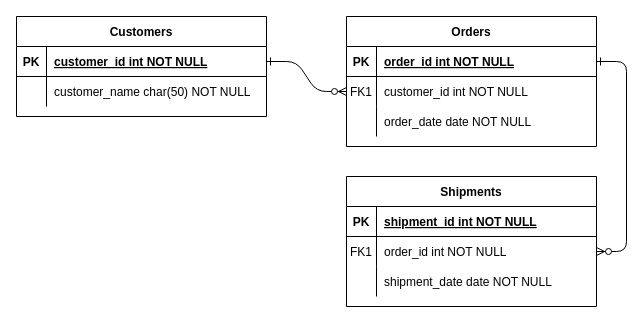
Above: Namnlöst diagram.drawio in Johan711024/PTSEventsApi (draw.io), before the change. Source tidied: cells renumbered, new cells numbered last; positions are measured from the earlier drawing's top-left corner, leaving out a move shared by most shapes. Both pictures are drawn from the tidied source at 100%, with x=0, y=0 at pixel (16, 16).
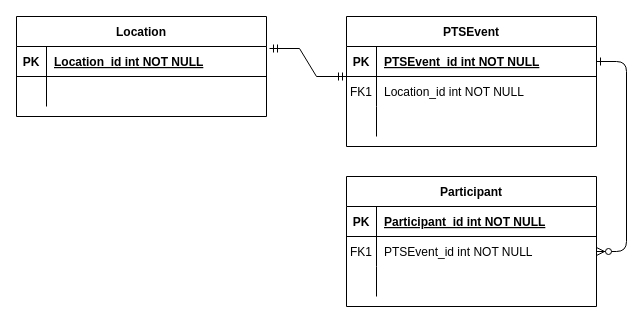
After the change.

The change refers to these unchanged cells:
```xml
<mxCell id="5" style="shape=partialRectangle;fillColor=none;points=[[0,0.5],[1,0.5]];portConstraint=eastwest;top=0;left=0;right=0;bottom=1;" parent="4" vertex="1">
  <mxGeometry y="30" width="250" height="30" as="geometry" />
</mxCell>
<mxCell id="8" style="shape=partialRectangle;fillColor=none;points=[[0,0.5],[1,0.5]];portConstraint=eastwest;top=0;left=0;right=0;bottom=0;" parent="4" vertex="1">
  <mxGeometry y="60" width="250" height="30" as="geometry" />
</mxCell>
<mxCell id="11" style="shape=partialRectangle;fillColor=none;top=0;left=0;right=0;bottom=0;" parent="4" vertex="1">
  <mxGeometry y="90" width="250" height="30" as="geometry" />
</mxCell>
<mxCell id="15" style="shape=partialRectangle;fillColor=none;top=0;left=0;right=0;bottom=1;" parent="14" vertex="1">
  <mxGeometry y="30" width="250" height="30" as="geometry" />
</mxCell>
<mxCell id="18" style="shape=partialRectangle;fillColor=none;points=[[0,0.5],[1,0.5]];portConstraint=eastwest;top=0;left=0;right=0;bottom=0;" parent="14" vertex="1">
  <mxGeometry y="60" width="250" height="30" as="geometry" />
</mxCell>
<mxCell id="21" style="shape=partialRectangle;fillColor=none;top=0;left=0;right=0;bottom=0;" parent="14" vertex="1">
  <mxGeometry y="90" width="250" height="30" as="geometry" />
</mxCell>
<mxCell id="25" style="shape=partialRectangle;fillColor=none;points=[[0,0.5],[1,0.5]];portConstraint=eastwest;top=0;left=0;right=0;bottom=1;" parent="24" vertex="1">
  <mxGeometry y="30" width="250" height="30" as="geometry" />
</mxCell>
<mxCell id="28" style="shape=partialRectangle;fillColor=none;top=0;left=0;right=0;bottom=0;" parent="24" vertex="1">
  <mxGeometry y="60" width="250" height="30" as="geometry" />
</mxCell>
```

What changed in the source:
```diff
@@
-    <mxCell id="2" style="edgeStyle=entityRelationEdgeStyle;endArrow=ERzeroToMany;startArrow=ERone;endFill=1;startFill=0;" parent="1" edge="1" source="25" target="8">
-      <mxGeometry relative="1" as="geometry" />
-    </mxCell>
@@
-    <mxCell id="4" value="Orders" style="shape=table;startSize=30;childLayout=tableLayout;rowLines=0;fontStyle=1;align=center;" parent="1" vertex="1">
+    <mxCell id="4" value="PTSEvent" style="shape=table;startSize=30;childLayout=tableLayout;rowLines=0;fontStyle=1;align=center;" parent="1" vertex="1">
       <mxGeometry x="330" width="250" height="130" as="geometry" />
     </mxCell>
@@
-    <mxCell id="7" value="order_id int NOT NULL " style="shape=partialRectangle;overflow=hidden;fillColor=none;top=0;left=0;bottom=0;right=0;align=left;spacingLeft=6;fontStyle=5;" parent="5" vertex="1">
+    <mxCell id="7" value="PTSEvent_id int NOT NULL " style="shape=partialRectangle;overflow=hidden;fillColor=none;top=0;left=0;bottom=0;right=0;align=left;spacingLeft=6;fontStyle=5;" parent="5" vertex="1">
       <mxGeometry x="30" width="220" height="30" as="geometry" />
     </mxCell>
@@
-    <mxCell id="10" value="customer_id int NOT NULL" style="shape=partialRectangle;overflow=hidden;fillColor=none;top=0;left=0;bottom=0;right=0;align=left;spacingLeft=6;" parent="8" vertex="1">
+    <mxCell id="10" value="Location_id int NOT NULL" style="shape=partialRectangle;overflow=hidden;fillColor=none;top=0;left=0;bottom=0;right=0;align=left;spacingLeft=6;" parent="8" vertex="1">
       <mxGeometry x="30" width="220" height="30" as="geometry" />
     </mxCell>
@@
-    <mxCell id="13" value="order_date date NOT NULL" style="shape=partialRectangle;overflow=hidden;fillColor=none;top=0;left=0;bottom=0;right=0;align=left;spacingLeft=6;" parent="11" vertex="1">
+    <mxCell id="13" style="shape=partialRectangle;overflow=hidden;fillColor=none;top=0;left=0;bottom=0;right=0;align=left;spacingLeft=6;" parent="11" vertex="1">
       <mxGeometry x="30" width="220" height="30" as="geometry" />
     </mxCell>
-    <mxCell id="14" value="Shipments" style="shape=table;startSize=30;childLayout=tableLayout;rowLines=0;fontStyle=1;align=center;" parent="1" vertex="1">
+    <mxCell id="14" value="Participant" style="shape=table;startSize=30;childLayout=tableLayout;rowLines=0;fontStyle=1;align=center;" parent="1" vertex="1">
       <mxGeometry x="330" y="160" width="250" height="130" as="geometry" />
     </mxCell>
@@
-    <mxCell id="17" value="shipment_id int NOT NULL " style="shape=partialRectangle;overflow=hidden;fillColor=none;top=0;left=0;bottom=0;right=0;align=left;spacingLeft=6;fontStyle=5;" parent="15" vertex="1">
+    <mxCell id="17" value="Participant_id int NOT NULL " style="shape=partialRectangle;overflow=hidden;fillColor=none;top=0;left=0;bottom=0;right=0;align=left;spacingLeft=6;fontStyle=5;" parent="15" vertex="1">
       <mxGeometry x="30" width="220" height="30" as="geometry" />
     </mxCell>
@@
-    <mxCell id="20" value="order_id int NOT NULL" style="shape=partialRectangle;overflow=hidden;fillColor=none;top=0;left=0;bottom=0;right=0;align=left;spacingLeft=6;" parent="18" vertex="1">
+    <mxCell id="20" value="PTSEvent_id int NOT NULL" style="shape=partialRectangle;overflow=hidden;fillColor=none;top=0;left=0;bottom=0;right=0;align=left;spacingLeft=6;" parent="18" vertex="1">
       <mxGeometry x="30" width="220" height="30" as="geometry" />
     </mxCell>
@@
-    <mxCell id="23" value="shipment_date date NOT NULL" style="shape=partialRectangle;overflow=hidden;fillColor=none;top=0;left=0;bottom=0;right=0;align=left;spacingLeft=6;" parent="21" vertex="1">
+    <mxCell id="23" style="shape=partialRectangle;overflow=hidden;fillColor=none;top=0;left=0;bottom=0;right=0;align=left;spacingLeft=6;" parent="21" vertex="1">
       <mxGeometry x="30" width="220" height="30" as="geometry" />
     </mxCell>
-    <mxCell id="24" value="Customers" style="shape=table;startSize=30;childLayout=tableLayout;rowLines=0;fontStyle=1;align=center;" parent="1" vertex="1">
+    <mxCell id="24" value="Location" style="shape=table;startSize=30;childLayout=tableLayout;rowLines=0;fontStyle=1;align=center;" parent="1" vertex="1">
       <mxGeometry width="250" height="100" as="geometry" />
     </mxCell>
@@
-    <mxCell id="27" value="customer_id int NOT NULL " style="shape=partialRectangle;overflow=hidden;fillColor=none;top=0;left=0;bottom=0;right=0;align=left;spacingLeft=6;fontStyle=5;" parent="25" vertex="1">
+    <mxCell id="27" value="Location_id int NOT NULL " style="shape=partialRectangle;overflow=hidden;fillColor=none;top=0;left=0;bottom=0;right=0;align=left;spacingLeft=6;fontStyle=5;" parent="25" vertex="1">
       <mxGeometry x="30" width="220" height="30" as="geometry" />
     </mxCell>
@@
-    <mxCell id="30" value="customer_name char(50) NOT NULL" style="shape=partialRectangle;overflow=hidden;fillColor=none;top=0;left=0;bottom=0;right=0;align=left;spacingLeft=6;" parent="28" vertex="1">
+    <mxCell id="30" style="shape=partialRectangle;overflow=hidden;fillColor=none;top=0;left=0;bottom=0;right=0;align=left;spacingLeft=6;" parent="28" vertex="1">
       <mxGeometry x="30" width="220" height="30" as="geometry" />
     </mxCell>
+    <mxCell id="31" style="edgeStyle=entityRelationEdgeStyle;fontSize=12;html=1;endArrow=ERmandOne;startArrow=ERmandOne;rounded=0;exitX=1.012;exitY=0.067;exitDx=0;exitDy=0;exitPerimeter=0;" parent="1" edge="1" source="25">
+      <mxGeometry relative="1" as="geometry">
+        <mxPoint x="330" y="60" as="targetPoint" />
+      </mxGeometry>
+    </mxCell>
```
